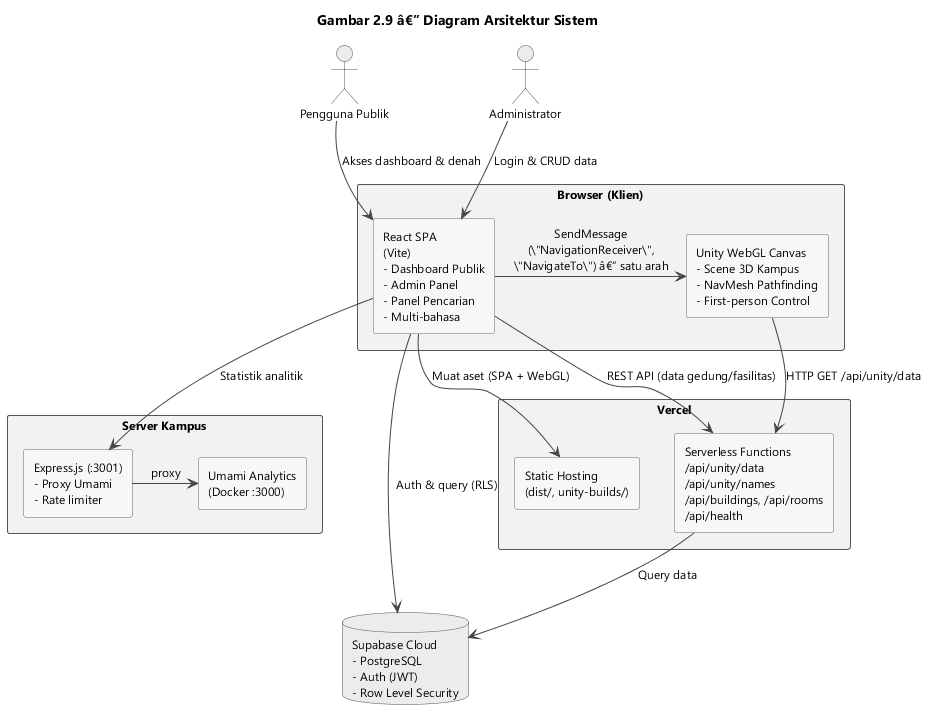
Jokskuyy/workflow-ta-proyek keeps this PlantUML diagram as diagrams/gambar-2-09-arsitektur-sistem.png. Above is the earlier version.
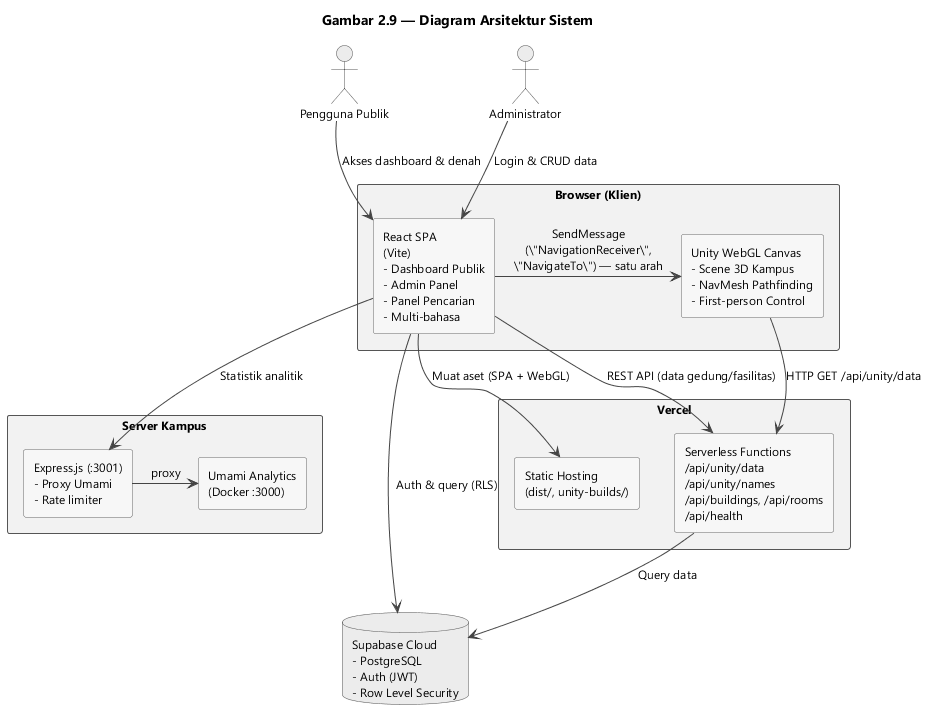
Above is the later version.

What changed in the source:
```diff
@@ -23,7 +23,7 @@
   BorderColor #555555
 }
 
-title Gambar 2.9 â€” Diagram Arsitektur Sistem
+title Gambar 2.9 — Diagram Arsitektur Sistem
 
 actor "Pengguna Publik" as User
 actor "Administrator" as Admin
@@ -31,7 +31,7 @@
 rectangle "Browser (Klien)" as Browser {
   component "React SPA\n(Vite)\n- Dashboard Publik\n- Admin Panel\n- Panel Pencarian\n- Multi-bahasa" as React
   component "Unity WebGL Canvas\n- Scene 3D Kampus\n- NavMesh Pathfinding\n- First-person Control" as UnityCanvas
-  React -right-> UnityCanvas : SendMessage\n(\"NavigationReceiver\",\n\"NavigateTo\") â€” satu arah
+  React -right-> UnityCanvas : SendMessage\n(\"NavigationReceiver\",\n\"NavigateTo\") — satu arah
 }
 
 rectangle "Vercel" as Vercel {
```
